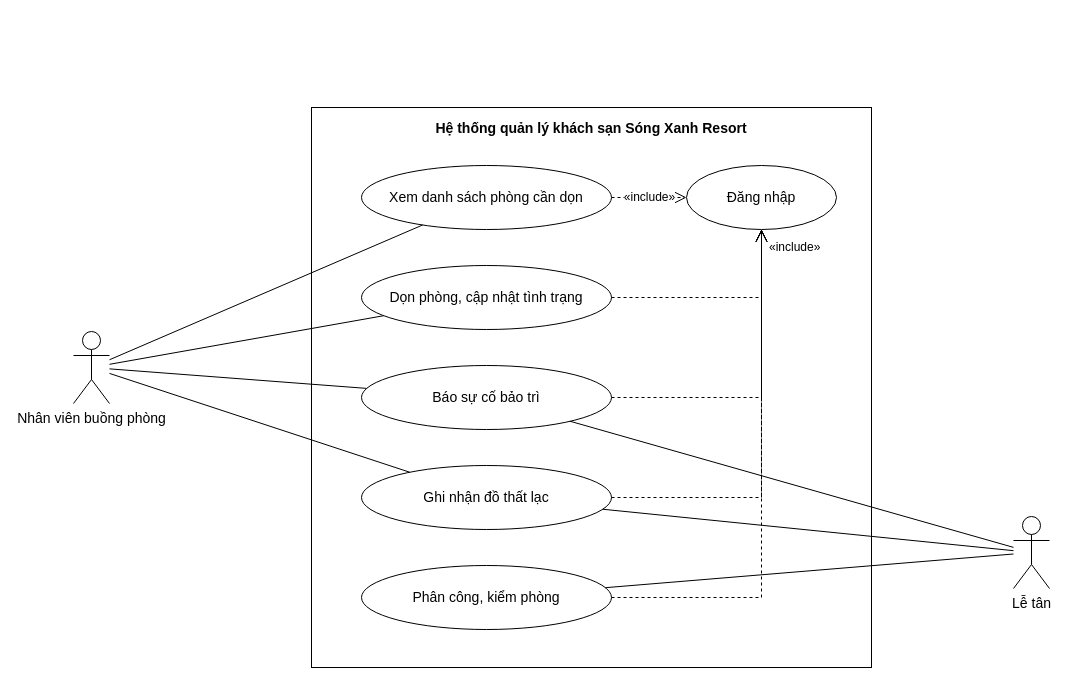
This is docs/use-case/ucn3-buong-phong.drawio from ngynquchn2511/beach-hotel, a draw.io file, before an edit. Source tidied: cells renumbered, new cells numbered last; positions are measured from the earlier drawing's top-left corner, leaving out a move shared by most shapes. Both pictures are drawn from the tidied source at 100%, with x=0, y=0 at pixel (73, 107).
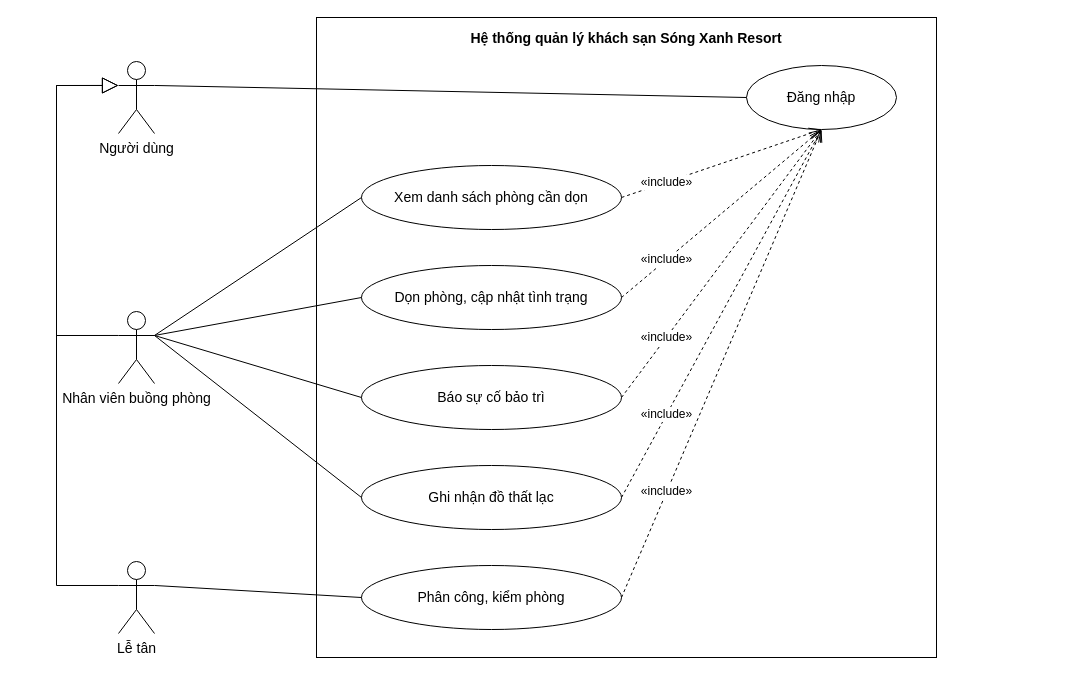
The same diagram, later.

The edit, as a diff of the source:
```diff
@@
     <mxCell id="2" value="Hệ thống quản lý khách sạn Sóng Xanh Resort" style="fontFamily=Arial;fontColor=#000000;rounded=0;whiteSpace=wrap;html=1;verticalAlign=top;fontStyle=1;fontSize=14;fillColor=none;strokeColor=#000000;spacingTop=6;" parent="1" vertex="1">
-      <mxGeometry x="238" width="560" height="560" as="geometry" />
+      <mxGeometry x="243" y="-90" width="620" height="640" as="geometry" />
     </mxCell>
     <mxCell id="3" value="Xem danh sách phòng cần dọn" style="fontFamily=Arial;fontColor=#000000;ellipse;whiteSpace=wrap;html=1;fillColor=#FFFFFF;strokeColor=#000000;fontSize=14;" parent="1" vertex="1">
-      <mxGeometry x="288" y="58" width="250" height="64" as="geometry" />
+      <mxGeometry x="288" y="58" width="260" height="64" as="geometry" />
     </mxCell>
     <mxCell id="4" value="Dọn phòng, cập nhật tình trạng" style="fontFamily=Arial;fontColor=#000000;ellipse;whiteSpace=wrap;html=1;fillColor=#FFFFFF;strokeColor=#000000;fontSize=14;" parent="1" vertex="1">
-      <mxGeometry x="288" y="158" width="250" height="64" as="geometry" />
+      <mxGeometry x="288" y="158" width="260" height="64" as="geometry" />
     </mxCell>
     <mxCell id="5" value="Báo sự cố bảo trì" style="fontFamily=Arial;fontColor=#000000;ellipse;whiteSpace=wrap;html=1;fillColor=#FFFFFF;strokeColor=#000000;fontSize=14;" parent="1" vertex="1">
-      <mxGeometry x="288" y="258" width="250" height="64" as="geometry" />
+      <mxGeometry x="288" y="258" width="260" height="64" as="geometry" />
     </mxCell>
     <mxCell id="6" value="Ghi nhận đồ thất lạc" style="fontFamily=Arial;fontColor=#000000;ellipse;whiteSpace=wrap;html=1;fillColor=#FFFFFF;strokeColor=#000000;fontSize=14;" parent="1" vertex="1">
-      <mxGeometry x="288" y="358" width="250" height="64" as="geometry" />
+      <mxGeometry x="288" y="358" width="260" height="64" as="geometry" />
     </mxCell>
     <mxCell id="7" value="Phân công, kiểm phòng" style="fontFamily=Arial;fontColor=#000000;ellipse;whiteSpace=wrap;html=1;fillColor=#FFFFFF;strokeColor=#000000;fontSize=14;" parent="1" vertex="1">
-      <mxGeometry x="288" y="458" width="250" height="64" as="geometry" />
+      <mxGeometry x="288" y="458" width="260" height="64" as="geometry" />
     </mxCell>
     <mxCell id="8" value="Đăng nhập" style="fontFamily=Arial;fontColor=#000000;ellipse;whiteSpace=wrap;html=1;fillColor=#FFFFFF;strokeColor=#000000;fontSize=14;" parent="1" vertex="1">
-      <mxGeometry x="613" y="58" width="150" height="64" as="geometry" />
+      <mxGeometry x="673" y="-42" width="150" height="64" as="geometry" />
     </mxCell>
-    <mxCell id="9" value="«include»" style="fontFamily=Arial;fontColor=#000000;endArrow=open;endSize=10;dashed=1;html=1;strokeColor=#000000;rounded=0;fontSize=12;labelBackgroundColor=#FFFFFF;exitX=1;exitY=0.5;exitDx=0;exitDy=0;exitPerimeter=0;entryX=0;entryY=0.5;entryDx=0;entryDy=0;entryPerimeter=0;" parent="1" edge="1" source="3" target="8">
-      <mxGeometry relative="1" as="geometry" />
-    </mxCell>
+    <mxCell id="24" value="Người dùng" style="fontFamily=Arial;fontColor=#000000;shape=umlActor;verticalLabelPosition=bottom;verticalAlign=top;html=1;outlineConnect=0;fillColor=#FFFFFF;strokeColor=#000000;fontSize=14;" parent="1" vertex="1">
+      <mxGeometry x="45" y="-46" width="36" height="72" as="geometry" />
+    </mxCell>
-    <mxCell id="10" style="fontFamily=Arial;fontColor=#000000;endArrow=open;endSize=10;dashed=1;html=1;strokeColor=#000000;rounded=0;fontSize=12;labelBackgroundColor=#FFFFFF;exitX=1;exitY=0.5;exitDx=0;exitDy=0;exitPerimeter=0;entryX=0.5;entryY=1;entryDx=0;entryDy=0;entryPerimeter=0;" parent="1" edge="1" source="4" target="8">
-      <mxGeometry relative="1" as="geometry">
-        <Array as="points">
-          <mxPoint x="688" y="190" />
-        </Array>
-      </mxGeometry>
+    <mxCell id="10" style="fontFamily=Arial;fontColor=#000000;endArrow=none;html=1;strokeColor=#000000;rounded=0;exitX=1;exitY=0.333;exitDx=0;exitDy=0;exitPerimeter=0;entryX=0;entryY=0.5;entryDx=0;entryDy=0;entryPerimeter=0;" parent="1" edge="1" source="24" target="8">
+      <mxGeometry relative="1" as="geometry" />
     </mxCell>
-    <mxCell id="11" style="fontFamily=Arial;fontColor=#000000;endArrow=open;endSize=10;dashed=1;html=1;strokeColor=#000000;rounded=0;fontSize=12;labelBackgroundColor=#FFFFFF;exitX=1;exitY=0.5;exitDx=0;exitDy=0;exitPerimeter=0;entryX=0.5;entryY=1;entryDx=0;entryDy=0;entryPerimeter=0;" parent="1" edge="1" source="5" target="8">
-      <mxGeometry relative="1" as="geometry">
-        <Array as="points">
-          <mxPoint x="688" y="290" />
-        </Array>
-      </mxGeometry>
-    </mxCell>
-    <mxCell id="12" style="fontFamily=Arial;fontColor=#000000;endArrow=open;endSize=10;dashed=1;html=1;strokeColor=#000000;rounded=0;fontSize=12;labelBackgroundColor=#FFFFFF;exitX=1;exitY=0.5;exitDx=0;exitDy=0;exitPerimeter=0;entryX=0.5;entryY=1;entryDx=0;entryDy=0;entryPerimeter=0;" parent="1" edge="1" source="6" target="8">
-      <mxGeometry relative="1" as="geometry">
-        <Array as="points">
-          <mxPoint x="688" y="390" />
-        </Array>
-      </mxGeometry>
-    </mxCell>
-    <mxCell id="13" style="fontFamily=Arial;fontColor=#000000;endArrow=open;endSize=10;dashed=1;html=1;strokeColor=#000000;rounded=0;fontSize=12;labelBackgroundColor=#FFFFFF;exitX=1;exitY=0.5;exitDx=0;exitDy=0;exitPerimeter=0;entryX=0.5;entryY=1;entryDx=0;entryDy=0;entryPerimeter=0;" parent="1" edge="1" source="7" target="8">
-      <mxGeometry relative="1" as="geometry">
-        <Array as="points">
-          <mxPoint x="688" y="490" />
-        </Array>
-      </mxGeometry>
-    </mxCell>
-    <mxCell id="14" value="«include»" style="fontFamily=Arial;fontColor=#000000;text;html=1;align=left;verticalAlign=middle;fontSize=12;strokeColor=none;fillColor=none;" parent="1" vertex="1">
-      <mxGeometry x="694" y="130" width="80" height="20" as="geometry" />
-    </mxCell>
     <mxCell id="15" value="Nhân viên buồng phòng" style="fontFamily=Arial;fontColor=#000000;shape=umlActor;verticalLabelPosition=bottom;verticalAlign=top;html=1;outlineConnect=0;fillColor=#FFFFFF;strokeColor=#000000;fontSize=14;" parent="1" vertex="1">
-      <mxGeometry y="224" width="36" height="72" as="geometry" />
+      <mxGeometry x="45" y="204" width="36" height="72" as="geometry" />
     </mxCell>
     <mxCell id="16" value="Lễ tân" style="fontFamily=Arial;fontColor=#000000;shape=umlActor;verticalLabelPosition=bottom;verticalAlign=top;html=1;outlineConnect=0;fillColor=#FFFFFF;strokeColor=#000000;fontSize=14;" parent="1" vertex="1">
-      <mxGeometry x="940" y="409" width="36" height="72" as="geometry" />
+      <mxGeometry x="45" y="454" width="36" height="72" as="geometry" />
     </mxCell>
+    <mxCell id="13" style="fontFamily=Arial;fontColor=#000000;endArrow=none;html=1;strokeColor=#000000;rounded=0;exitX=1;exitY=0.333;exitDx=0;exitDy=0;exitPerimeter=0;entryX=0;entryY=0.5;entryDx=0;entryDy=0;entryPerimeter=0;" parent="1" edge="1" source="15" target="3">
+      <mxGeometry relative="1" as="geometry" />
+    </mxCell>
+    <mxCell id="25" style="fontFamily=Arial;fontColor=#000000;endArrow=none;html=1;strokeColor=#000000;rounded=0;exitX=1;exitY=0.333;exitDx=0;exitDy=0;exitPerimeter=0;entryX=0;entryY=0.5;entryDx=0;entryDy=0;entryPerimeter=0;" parent="1" edge="1" source="15" target="4">
+      <mxGeometry relative="1" as="geometry" />
+    </mxCell>
+    <mxCell id="26" style="fontFamily=Arial;fontColor=#000000;endArrow=none;html=1;strokeColor=#000000;rounded=0;exitX=1;exitY=0.333;exitDx=0;exitDy=0;exitPerimeter=0;entryX=0;entryY=0.5;entryDx=0;entryDy=0;entryPerimeter=0;" parent="1" edge="1" source="15" target="5">
+      <mxGeometry relative="1" as="geometry" />
+    </mxCell>
+    <mxCell id="27" style="fontFamily=Arial;fontColor=#000000;endArrow=none;html=1;strokeColor=#000000;rounded=0;exitX=1;exitY=0.333;exitDx=0;exitDy=0;exitPerimeter=0;entryX=0;entryY=0.5;entryDx=0;entryDy=0;entryPerimeter=0;" parent="1" edge="1" source="15" target="6">
+      <mxGeometry relative="1" as="geometry" />
+    </mxCell>
-    <mxCell id="17" style="fontFamily=Arial;fontColor=#000000;endArrow=none;html=1;strokeColor=#000000;rounded=0;" parent="1" edge="1" source="15" target="3">
+    <mxCell id="17" style="fontFamily=Arial;fontColor=#000000;endArrow=none;html=1;strokeColor=#000000;rounded=0;exitX=1;exitY=0.333;exitDx=0;exitDy=0;exitPerimeter=0;entryX=0;entryY=0.5;entryDx=0;entryDy=0;entryPerimeter=0;" parent="1" edge="1" source="16" target="7">
       <mxGeometry relative="1" as="geometry" />
     </mxCell>
-    <mxCell id="18" style="fontFamily=Arial;fontColor=#000000;endArrow=none;html=1;strokeColor=#000000;rounded=0;" parent="1" edge="1" source="15" target="4">
-      <mxGeometry relative="1" as="geometry" />
+    <mxCell id="18" style="fontFamily=Arial;fontColor=#000000;endArrow=block;endSize=14;endFill=0;html=1;strokeColor=#000000;rounded=0;exitX=0;exitY=0.333;exitDx=0;exitDy=0;exitPerimeter=0;entryX=0;entryY=0.333;entryDx=0;entryDy=0;entryPerimeter=0;" parent="1" edge="1" source="15" target="24">
+      <mxGeometry relative="1" as="geometry">
+        <Array as="points">
+          <mxPoint x="-17" y="228" />
+          <mxPoint x="-17" y="-22" />
+        </Array>
+      </mxGeometry>
     </mxCell>
-    <mxCell id="19" style="fontFamily=Arial;fontColor=#000000;endArrow=none;html=1;strokeColor=#000000;rounded=0;" parent="1" edge="1" source="15" target="5">
-      <mxGeometry relative="1" as="geometry" />
+    <mxCell id="19" style="fontFamily=Arial;fontColor=#000000;endArrow=block;endSize=14;endFill=0;html=1;strokeColor=#000000;rounded=0;exitX=0;exitY=0.333;exitDx=0;exitDy=0;exitPerimeter=0;entryX=0;entryY=0.333;entryDx=0;entryDy=0;entryPerimeter=0;" parent="1" edge="1" source="16" target="24">
+      <mxGeometry relative="1" as="geometry">
+        <Array as="points">
+          <mxPoint x="-17" y="478" />
+          <mxPoint x="-17" y="-22" />
+        </Array>
+      </mxGeometry>
     </mxCell>
-    <mxCell id="20" style="fontFamily=Arial;fontColor=#000000;endArrow=none;html=1;strokeColor=#000000;rounded=0;" parent="1" edge="1" source="15" target="6">
-      <mxGeometry relative="1" as="geometry" />
+    <mxCell id="20" value="«include»" style="fontFamily=Arial;fontColor=#000000;endArrow=open;endSize=10;dashed=1;html=1;strokeColor=#000000;rounded=0;fontSize=12;labelBackgroundColor=#FFFFFF;exitX=1;exitY=0.5;exitDx=0;exitDy=0;exitPerimeter=0;entryX=0.5;entryY=1;entryDx=0;entryDy=0;entryPerimeter=0;" parent="1" edge="1" source="3" target="8">
+      <mxGeometry x="-0.55" relative="1" as="geometry" />
     </mxCell>
-    <mxCell id="21" style="fontFamily=Arial;fontColor=#000000;endArrow=none;html=1;strokeColor=#000000;rounded=0;" parent="1" edge="1" source="16" target="5">
-      <mxGeometry relative="1" as="geometry" />
+    <mxCell id="21" value="«include»" style="fontFamily=Arial;fontColor=#000000;endArrow=open;endSize=10;dashed=1;html=1;strokeColor=#000000;rounded=0;fontSize=12;labelBackgroundColor=#FFFFFF;exitX=1;exitY=0.5;exitDx=0;exitDy=0;exitPerimeter=0;entryX=0.5;entryY=1;entryDx=0;entryDy=0;entryPerimeter=0;" parent="1" edge="1" source="4" target="8">
+      <mxGeometry x="-0.55" relative="1" as="geometry" />
     </mxCell>
-    <mxCell id="22" style="fontFamily=Arial;fontColor=#000000;endArrow=none;html=1;strokeColor=#000000;rounded=0;" parent="1" edge="1" source="16" target="6">
-      <mxGeometry relative="1" as="geometry" />
+    <mxCell id="22" value="«include»" style="fontFamily=Arial;fontColor=#000000;endArrow=open;endSize=10;dashed=1;html=1;strokeColor=#000000;rounded=0;fontSize=12;labelBackgroundColor=#FFFFFF;exitX=1;exitY=0.5;exitDx=0;exitDy=0;exitPerimeter=0;entryX=0.5;entryY=1;entryDx=0;entryDy=0;entryPerimeter=0;" parent="1" edge="1" source="5" target="8">
+      <mxGeometry x="-0.55" relative="1" as="geometry" />
     </mxCell>
-    <mxCell id="23" style="fontFamily=Arial;fontColor=#000000;endArrow=none;html=1;strokeColor=#000000;rounded=0;" parent="1" edge="1" source="16" target="7">
-      <mxGeometry relative="1" as="geometry" />
+    <mxCell id="23" value="«include»" style="fontFamily=Arial;fontColor=#000000;endArrow=open;endSize=10;dashed=1;html=1;strokeColor=#000000;rounded=0;fontSize=12;labelBackgroundColor=#FFFFFF;exitX=1;exitY=0.5;exitDx=0;exitDy=0;exitPerimeter=0;entryX=0.5;entryY=1;entryDx=0;entryDy=0;entryPerimeter=0;" parent="1" edge="1" source="6" target="8">
+      <mxGeometry x="-0.55" relative="1" as="geometry" />
     </mxCell>
+    <mxCell id="28" value="«include»" style="fontFamily=Arial;fontColor=#000000;endArrow=open;endSize=10;dashed=1;html=1;strokeColor=#000000;rounded=0;fontSize=12;labelBackgroundColor=#FFFFFF;exitX=1;exitY=0.5;exitDx=0;exitDy=0;exitPerimeter=0;entryX=0.5;entryY=1;entryDx=0;entryDy=0;entryPerimeter=0;" parent="1" edge="1" source="7" target="8">
+      <mxGeometry x="-0.55" relative="1" as="geometry" />
+    </mxCell>
```
